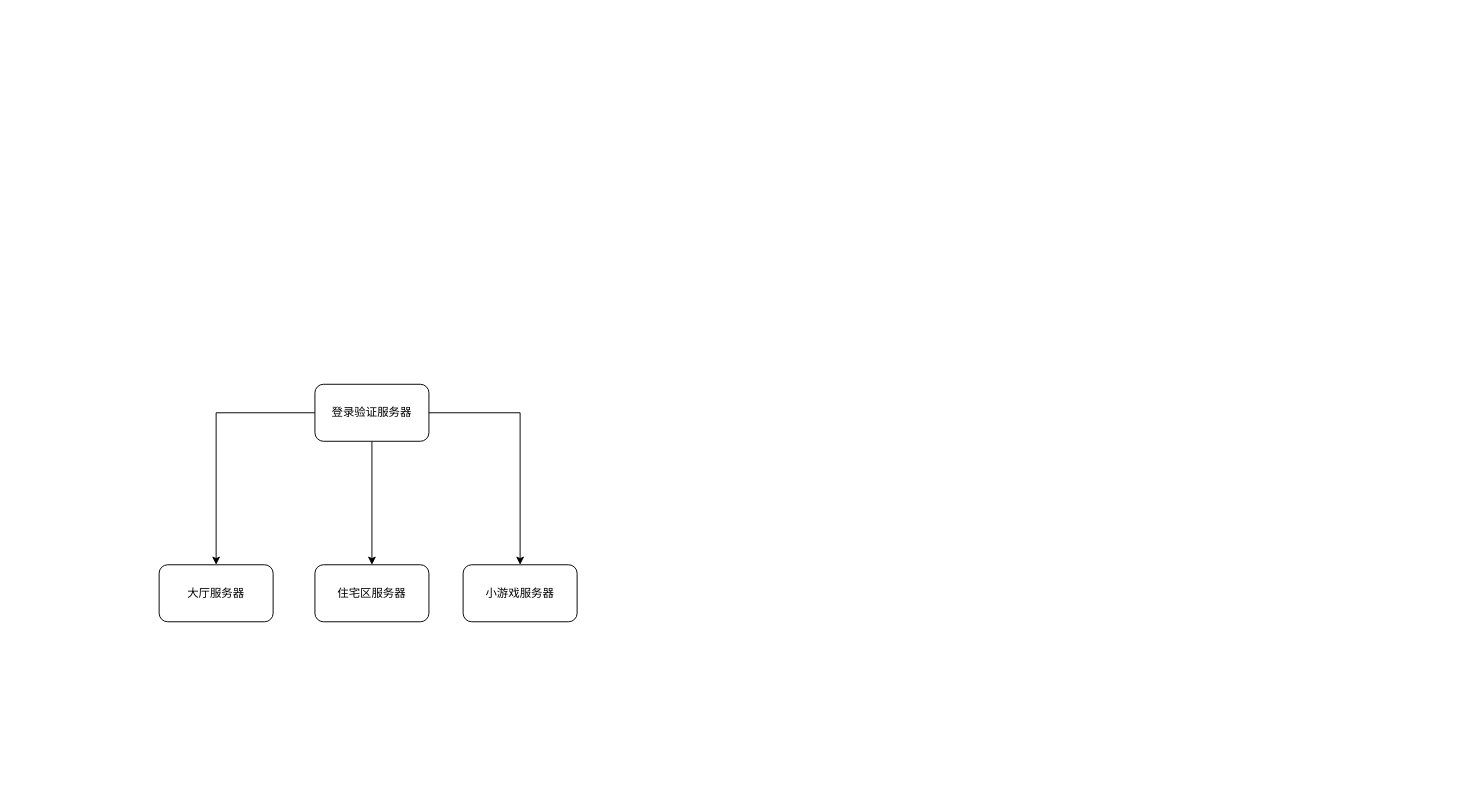
Before: CompanyUse/HongHanDongMan/UML/C/S服务器架构图.drawio in Istaya/Gallery, a draw.io diagram. Source tidied: cells renumbered, new cells numbered last; positions are measured from the earlier drawing's top-left corner, leaving out a move shared by most shapes. Both pictures are drawn from the tidied source at 95%, with x=0, y=0 at pixel (159, 384).
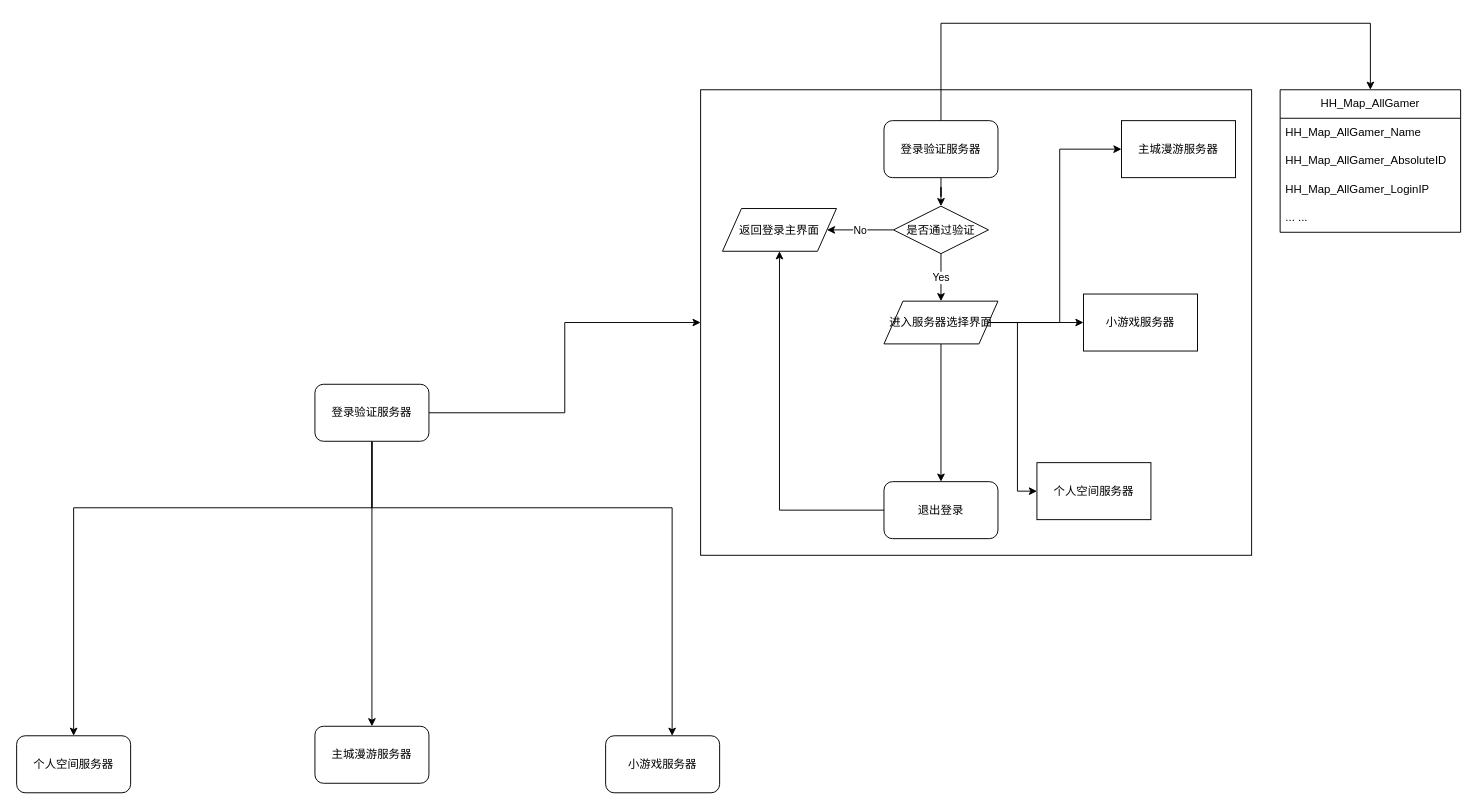
Above is the later version.

Commit message:
更新C/S服务器架构图.drawio

The change refers to these unchanged cells:
```xml
<mxCell id="5" value="登录验证服务器" style="rounded=1;whiteSpace=wrap;html=1;" parent="1" vertex="1">
  <mxGeometry x="164" width="120" height="60" as="geometry" />
</mxCell>
```

Change to the diagram source:
```diff
@@
     <mxCell id="2" style="edgeStyle=orthogonalEdgeStyle;rounded=0;jettySize=auto;html=1;" parent="1" edge="1" source="5" target="6">
-      <mxGeometry relative="1" as="geometry" />
+      <mxGeometry relative="1" as="geometry">
+        <Array as="points">
+          <mxPoint x="224" y="130" />
+          <mxPoint x="-90" y="130" />
+        </Array>
+      </mxGeometry>
     </mxCell>
@@
     <mxCell id="4" style="edgeStyle=orthogonalEdgeStyle;rounded=0;jettySize=auto;html=1;" parent="1" edge="1" source="5" target="8">
-      <mxGeometry relative="1" as="geometry" />
+      <mxGeometry relative="1" as="geometry">
+        <Array as="points">
+          <mxPoint x="224" y="130" />
+          <mxPoint x="540" y="130" />
+        </Array>
+      </mxGeometry>
     </mxCell>
+    <mxCell id="9" style="edgeStyle=orthogonalEdgeStyle;rounded=0;jettySize=auto;html=1;entryX=0;entryY=0.5;entryDx=0;entryDy=0;" parent="1" edge="1" source="5" target="10">
+      <mxGeometry relative="1" as="geometry" />
+    </mxCell>
@@
+    <mxCell id="10" style="rounded=0;whiteSpace=wrap;html=1;" parent="1" vertex="1">
+      <mxGeometry x="570" y="-310" width="580" height="490" as="geometry" />
+    </mxCell>
-    <mxCell id="6" value="大厅服务器" style="rounded=1;whiteSpace=wrap;html=1;" parent="1" vertex="1">
-      <mxGeometry y="190" width="120" height="60" as="geometry" />
+    <mxCell id="6" value="个人空间服务器" style="rounded=1;whiteSpace=wrap;html=1;" parent="1" vertex="1">
+      <mxGeometry x="-150" y="370" width="120" height="60" as="geometry" />
     </mxCell>
-    <mxCell id="7" value="住宅区服务器" style="rounded=1;whiteSpace=wrap;html=1;" parent="1" vertex="1">
-      <mxGeometry x="164" y="190" width="120" height="60" as="geometry" />
+    <mxCell id="7" value="主城漫游服务器" style="rounded=1;whiteSpace=wrap;html=1;" parent="1" vertex="1">
+      <mxGeometry x="164" y="360" width="120" height="60" as="geometry" />
     </mxCell>
     <mxCell id="8" value="小游戏服务器" style="rounded=1;whiteSpace=wrap;html=1;" parent="1" vertex="1">
-      <mxGeometry x="320" y="190" width="120" height="60" as="geometry" />
+      <mxGeometry x="470" y="370" width="120" height="60" as="geometry" />
     </mxCell>
+    <mxCell id="11" style="edgeStyle=orthogonalEdgeStyle;rounded=0;jettySize=auto;html=1;" parent="1" edge="1" source="13" target="16">
+      <mxGeometry relative="1" as="geometry" />
+    </mxCell>
+    <mxCell id="12" style="edgeStyle=orthogonalEdgeStyle;rounded=0;jettySize=auto;html=1;exitX=0.5;exitY=0;exitDx=0;exitDy=0;entryX=0.5;entryY=0;entryDx=0;entryDy=0;" parent="1" edge="1" source="13" target="28">
+      <mxGeometry relative="1" as="geometry">
+        <Array as="points">
+          <mxPoint x="823" y="-380" />
+          <mxPoint x="1275" y="-380" />
+        </Array>
+      </mxGeometry>
+    </mxCell>
+    <mxCell id="13" value="登录验证服务器" style="rounded=1;whiteSpace=wrap;html=1;" parent="1" vertex="1">
+      <mxGeometry x="763" y="-277.5" width="120" height="60" as="geometry" />
+    </mxCell>
+    <mxCell id="14" value="No" style="edgeStyle=orthogonalEdgeStyle;rounded=0;jettySize=auto;html=1;" parent="1" edge="1" source="16" target="17">
+      <mxGeometry relative="1" as="geometry" />
+    </mxCell>
+    <mxCell id="15" value="Yes" style="edgeStyle=orthogonalEdgeStyle;rounded=0;jettySize=auto;html=1;" parent="1" edge="1" source="16" target="22">
+      <mxGeometry relative="1" as="geometry" />
+    </mxCell>
+    <mxCell id="16" value="是否通过验证" style="rhombus;whiteSpace=wrap;html=1;" parent="1" vertex="1">
+      <mxGeometry x="773" y="-187.5" width="100" height="50" as="geometry" />
+    </mxCell>
+    <mxCell id="17" value="返回登录主界面" style="shape=parallelogram;perimeter=parallelogramPerimeter;whiteSpace=wrap;html=1;fixedSize=1;" parent="1" vertex="1">
+      <mxGeometry x="593" y="-185" width="120" height="45" as="geometry" />
+    </mxCell>
+    <mxCell id="18" style="edgeStyle=orthogonalEdgeStyle;rounded=0;jettySize=auto;html=1;" parent="1" edge="1" source="22" target="27">
+      <mxGeometry relative="1" as="geometry" />
+    </mxCell>
+    <mxCell id="19" style="edgeStyle=orthogonalEdgeStyle;rounded=0;jettySize=auto;html=1;exitX=1;exitY=0.5;exitDx=0;exitDy=0;entryX=0;entryY=0.5;entryDx=0;entryDy=0;" parent="1" edge="1" source="22" target="23">
+      <mxGeometry relative="1" as="geometry" />
+    </mxCell>
+    <mxCell id="20" style="edgeStyle=orthogonalEdgeStyle;rounded=0;jettySize=auto;html=1;exitX=1;exitY=0.5;exitDx=0;exitDy=0;entryX=0;entryY=0.5;entryDx=0;entryDy=0;" parent="1" edge="1" source="22" target="24">
+      <mxGeometry relative="1" as="geometry" />
+    </mxCell>
+    <mxCell id="21" style="edgeStyle=orthogonalEdgeStyle;rounded=0;jettySize=auto;html=1;exitX=1;exitY=0.5;exitDx=0;exitDy=0;entryX=0;entryY=0.5;entryDx=0;entryDy=0;" parent="1" edge="1" source="22" target="25">
+      <mxGeometry relative="1" as="geometry" />
+    </mxCell>
+    <mxCell id="22" value="进入服务器选择界面" style="shape=parallelogram;perimeter=parallelogramPerimeter;whiteSpace=wrap;html=1;fixedSize=1;" parent="1" vertex="1">
+      <mxGeometry x="763" y="-87.5" width="120" height="45" as="geometry" />
+    </mxCell>
+    <mxCell id="23" value="小游戏服务器" style="whiteSpace=wrap;html=1;" parent="1" vertex="1">
+      <mxGeometry x="973" y="-95" width="120" height="60" as="geometry" />
+    </mxCell>
+    <mxCell id="24" value="主城漫游服务器" style="whiteSpace=wrap;html=1;" parent="1" vertex="1">
+      <mxGeometry x="1013" y="-277.5" width="120" height="60" as="geometry" />
+    </mxCell>
+    <mxCell id="25" value="个人空间服务器" style="whiteSpace=wrap;html=1;" parent="1" vertex="1">
+      <mxGeometry x="924" y="82.5" width="120" height="60" as="geometry" />
+    </mxCell>
+    <mxCell id="26" style="edgeStyle=orthogonalEdgeStyle;rounded=0;jettySize=auto;html=1;exitX=0;exitY=0.5;exitDx=0;exitDy=0;entryX=0.5;entryY=1;entryDx=0;entryDy=0;" parent="1" edge="1" source="27" target="17">
+      <mxGeometry relative="1" as="geometry" />
+    </mxCell>
+    <mxCell id="27" value="退出登录" style="rounded=1;whiteSpace=wrap;html=1;" parent="1" vertex="1">
+      <mxGeometry x="763" y="102.5" width="120" height="60" as="geometry" />
+    </mxCell>
+    <mxCell id="28" value="HH_Map_AllGamer" style="swimlane;fontStyle=0;horizontal=1;startSize=30;whiteSpace=wrap;html=1;" parent="1" vertex="1">
+      <mxGeometry x="1180" y="-310" width="190" height="150" as="geometry" />
+    </mxCell>
+    <mxCell id="29" value="HH_Map_AllGamer_Name" style="text;strokeColor=none;fillColor=none;align=left;verticalAlign=middle;spacingLeft=4;spacingRight=4;overflow=hidden;whiteSpace=wrap;html=1;" parent="28" vertex="1">
+      <mxGeometry y="30" width="190" height="30" as="geometry" />
+    </mxCell>
+    <mxCell id="30" value="HH_Map_AllGamer_AbsoluteID" style="text;strokeColor=none;fillColor=none;align=left;verticalAlign=middle;spacingLeft=4;spacingRight=4;overflow=hidden;whiteSpace=wrap;html=1;" parent="28" vertex="1">
+      <mxGeometry y="60" width="190" height="30" as="geometry" />
+    </mxCell>
+    <mxCell id="31" value="HH_Map_AllGamer_LoginIP" style="text;strokeColor=none;fillColor=none;align=left;verticalAlign=middle;spacingLeft=4;spacingRight=4;overflow=hidden;whiteSpace=wrap;html=1;" parent="28" vertex="1">
+      <mxGeometry y="90" width="190" height="30" as="geometry" />
+    </mxCell>
+    <mxCell id="32" value="... ..." style="text;strokeColor=none;fillColor=none;align=left;verticalAlign=middle;spacingLeft=4;spacingRight=4;overflow=hidden;whiteSpace=wrap;html=1;" parent="28" vertex="1">
+      <mxGeometry y="120" width="190" height="30" as="geometry" />
+    </mxCell>
```
